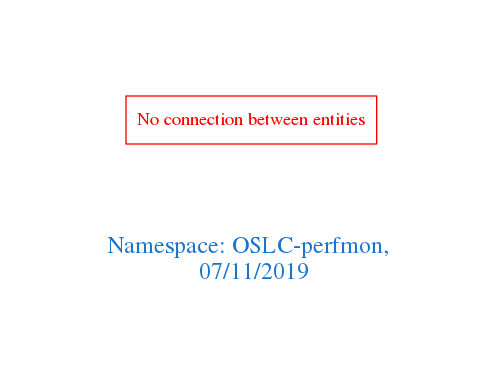
Above: downloads/OSLC-perfmon.png in arago/OGIT (Graphviz), before the change. Its source is kept beside it as downloads/OSLC-perfmon.dot.
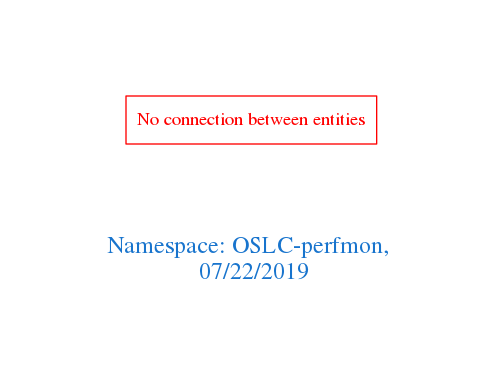
Above is the later version.

What changed in the source:
```diff
@@ -1,7 +1,7 @@
 digraph OGIT_ontology {
  graph [ rankdir= LR,pad=1
 fontsize = 18,
-fontcolor= dodgerblue3,label = "\n\n\nNamespace: OSLC-perfmon, \n 07/11/2019"];
+fontcolor= dodgerblue3,label = "\n\n\nNamespace: OSLC-perfmon, \n 07/22/2019"];
 node[shape=polygon];
 edge [  color="gray81"];
 
```
